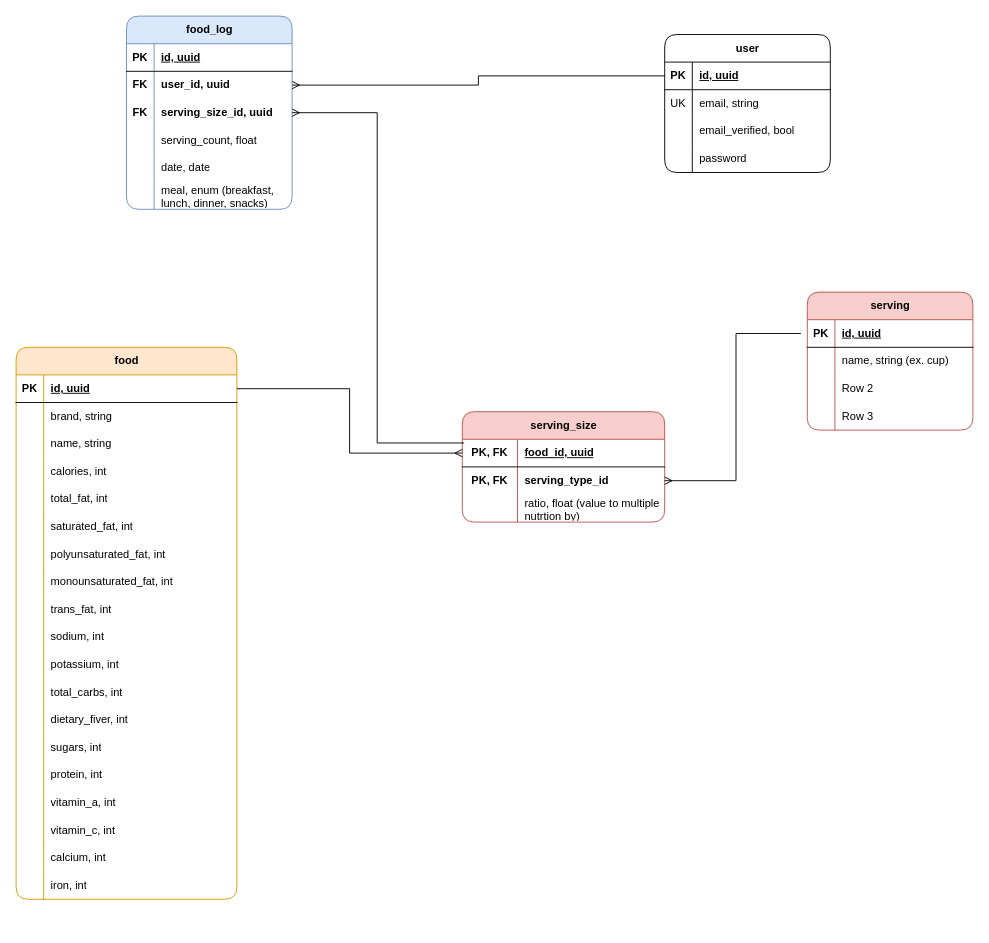
Earlier version of the draw.io diagram backend/database.drawio (joeymich/food-focus). Source tidied: cells renumbered, new cells numbered last; positions are measured from the earlier drawing's top-left corner, leaving out a move shared by most shapes. Both pictures are drawn from the tidied source at 92%, with x=0, y=0 at pixel (16, 16).
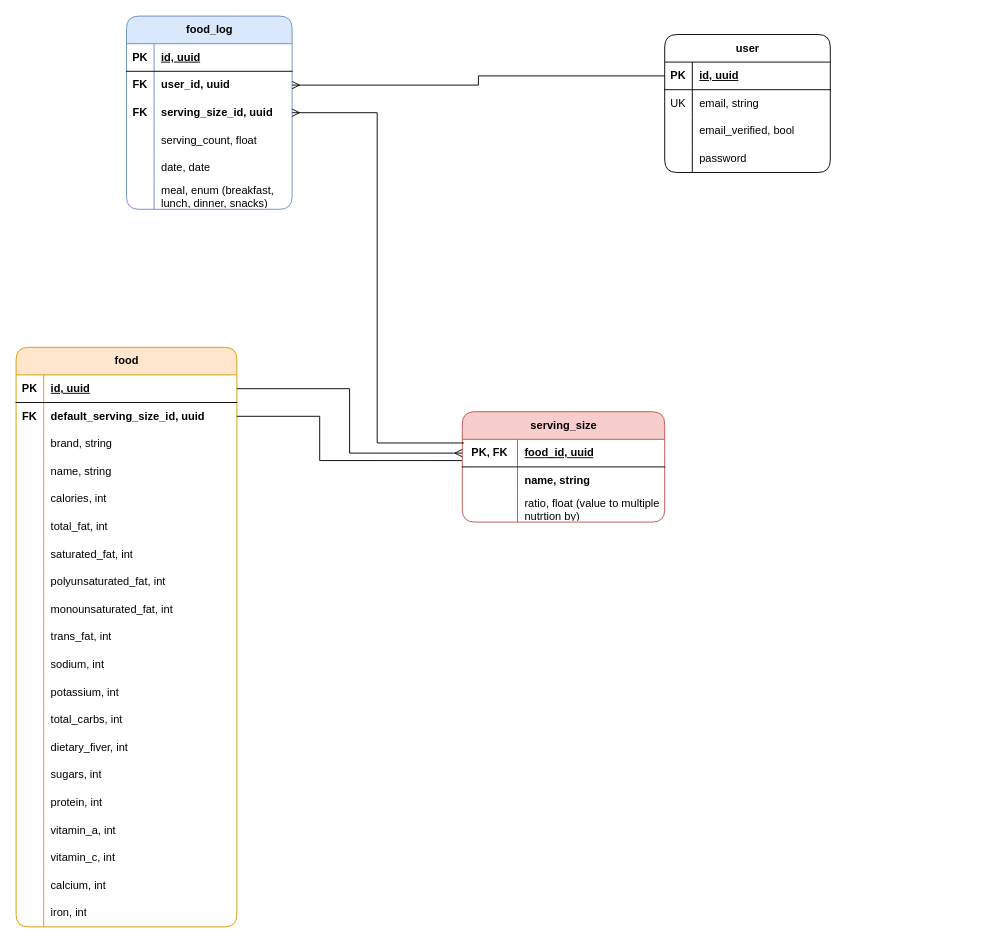
Above is the later version.

Commit message:
update database diagram

Unchanged cells that the change refers to:
```xml
<mxCell id="77" style="shape=tableRow;horizontal=0;startSize=0;swimlaneHead=0;swimlaneBody=0;fillColor=none;points=[[0,0.5],[1,0.5]];portConstraint=eastwest;top=0;left=0;right=0;bottom=0;fontStyle=1;" parent="73" vertex="1">
  <mxGeometry y="60" width="220" height="30" as="geometry" />
</mxCell>
```

The edit, as a diff of the source:
```diff
@@
     <mxCell id="15" value="food" style="shape=table;startSize=30;childLayout=tableLayout;rowLines=0;fontStyle=1;align=center;html=1;fillColor=#ffe6cc;strokeColor=#d79b00;rounded=1;" parent="1" vertex="1">
-      <mxGeometry y="360" width="240" height="600" as="geometry" />
+      <mxGeometry y="360" width="240" height="630" as="geometry" />
     </mxCell>
@@
+    <mxCell id="119" style="shape=tableRow;horizontal=0;startSize=0;swimlaneHead=0;swimlaneBody=0;fillColor=none;points=[[0,0.5],[1,0.5]];portConstraint=eastwest;top=0;left=0;right=0;bottom=0;" parent="15" vertex="1">
+      <mxGeometry y="60" width="240" height="30" as="geometry" />
+    </mxCell>
+    <mxCell id="120" value="FK" style="shape=partialRectangle;fillColor=none;top=0;left=0;bottom=0;right=0;overflow=hidden;whiteSpace=wrap;html=1;fontStyle=1;" parent="119" vertex="1">
+      <mxGeometry width="30" height="30" as="geometry" />
+    </mxCell>
+    <mxCell id="121" value="default_serving_size_id, uuid" style="shape=partialRectangle;fillColor=none;top=0;left=0;bottom=0;right=0;align=left;spacingLeft=6;overflow=hidden;whiteSpace=wrap;html=1;fontStyle=1;" parent="119" vertex="1">
+      <mxGeometry x="30" width="210" height="30" as="geometry" />
+    </mxCell>
     <mxCell id="19" style="shape=tableRow;horizontal=0;startSize=0;swimlaneHead=0;swimlaneBody=0;fillColor=none;top=0;left=0;right=0;bottom=0;" parent="15" vertex="1">
-      <mxGeometry y="60" width="240" height="30" as="geometry" />
+      <mxGeometry y="90" width="240" height="30" as="geometry" />
     </mxCell>
@@
     <mxCell id="22" style="shape=tableRow;horizontal=0;startSize=0;swimlaneHead=0;swimlaneBody=0;fillColor=none;top=0;left=0;right=0;bottom=0;" parent="15" vertex="1">
-      <mxGeometry y="90" width="240" height="30" as="geometry" />
+      <mxGeometry y="120" width="240" height="30" as="geometry" />
     </mxCell>
@@
     <mxCell id="25" style="shape=tableRow;horizontal=0;startSize=0;swimlaneHead=0;swimlaneBody=0;fillColor=none;top=0;left=0;right=0;bottom=0;" parent="15" vertex="1">
-      <mxGeometry y="120" width="240" height="30" as="geometry" />
+      <mxGeometry y="150" width="240" height="30" as="geometry" />
     </mxCell>
@@
     <mxCell id="28" style="shape=tableRow;horizontal=0;startSize=0;swimlaneHead=0;swimlaneBody=0;fillColor=none;top=0;left=0;right=0;bottom=0;" parent="15" vertex="1">
-      <mxGeometry y="150" width="240" height="30" as="geometry" />
+      <mxGeometry y="180" width="240" height="30" as="geometry" />
     </mxCell>
@@
     <mxCell id="31" style="shape=tableRow;horizontal=0;startSize=0;swimlaneHead=0;swimlaneBody=0;fillColor=none;top=0;left=0;right=0;bottom=0;" parent="15" vertex="1">
-      <mxGeometry y="180" width="240" height="30" as="geometry" />
+      <mxGeometry y="210" width="240" height="30" as="geometry" />
     </mxCell>
@@
     <mxCell id="34" style="shape=tableRow;horizontal=0;startSize=0;swimlaneHead=0;swimlaneBody=0;fillColor=none;top=0;left=0;right=0;bottom=0;" parent="15" vertex="1">
-      <mxGeometry y="210" width="240" height="30" as="geometry" />
+      <mxGeometry y="240" width="240" height="30" as="geometry" />
     </mxCell>
@@
     <mxCell id="37" style="shape=tableRow;horizontal=0;startSize=0;swimlaneHead=0;swimlaneBody=0;fillColor=none;top=0;left=0;right=0;bottom=0;" parent="15" vertex="1">
-      <mxGeometry y="240" width="240" height="30" as="geometry" />
+      <mxGeometry y="270" width="240" height="30" as="geometry" />
     </mxCell>
@@
     <mxCell id="40" style="shape=tableRow;horizontal=0;startSize=0;swimlaneHead=0;swimlaneBody=0;fillColor=none;top=0;left=0;right=0;bottom=0;" parent="15" vertex="1">
-      <mxGeometry y="270" width="240" height="30" as="geometry" />
+      <mxGeometry y="300" width="240" height="30" as="geometry" />
     </mxCell>
@@
     <mxCell id="43" style="shape=tableRow;horizontal=0;startSize=0;swimlaneHead=0;swimlaneBody=0;fillColor=none;top=0;left=0;right=0;bottom=0;" parent="15" vertex="1">
-      <mxGeometry y="300" width="240" height="30" as="geometry" />
+      <mxGeometry y="330" width="240" height="30" as="geometry" />
     </mxCell>
@@
     <mxCell id="46" style="shape=tableRow;horizontal=0;startSize=0;swimlaneHead=0;swimlaneBody=0;fillColor=none;top=0;left=0;right=0;bottom=0;" parent="15" vertex="1">
-      <mxGeometry y="330" width="240" height="30" as="geometry" />
+      <mxGeometry y="360" width="240" height="30" as="geometry" />
     </mxCell>
@@
     <mxCell id="49" style="shape=tableRow;horizontal=0;startSize=0;swimlaneHead=0;swimlaneBody=0;fillColor=none;top=0;left=0;right=0;bottom=0;" parent="15" vertex="1">
-      <mxGeometry y="360" width="240" height="30" as="geometry" />
+      <mxGeometry y="390" width="240" height="30" as="geometry" />
     </mxCell>
@@
     <mxCell id="52" style="shape=tableRow;horizontal=0;startSize=0;swimlaneHead=0;swimlaneBody=0;fillColor=none;top=0;left=0;right=0;bottom=0;" parent="15" vertex="1">
-      <mxGeometry y="390" width="240" height="30" as="geometry" />
+      <mxGeometry y="420" width="240" height="30" as="geometry" />
     </mxCell>
@@
     <mxCell id="55" style="shape=tableRow;horizontal=0;startSize=0;swimlaneHead=0;swimlaneBody=0;fillColor=none;top=0;left=0;right=0;bottom=0;" parent="15" vertex="1">
-      <mxGeometry y="420" width="240" height="30" as="geometry" />
+      <mxGeometry y="450" width="240" height="30" as="geometry" />
     </mxCell>
@@
     <mxCell id="58" style="shape=tableRow;horizontal=0;startSize=0;swimlaneHead=0;swimlaneBody=0;fillColor=none;top=0;left=0;right=0;bottom=0;" parent="15" vertex="1">
-      <mxGeometry y="450" width="240" height="30" as="geometry" />
+      <mxGeometry y="480" width="240" height="30" as="geometry" />
     </mxCell>
@@
     <mxCell id="61" style="shape=tableRow;horizontal=0;startSize=0;swimlaneHead=0;swimlaneBody=0;fillColor=none;top=0;left=0;right=0;bottom=0;" parent="15" vertex="1">
-      <mxGeometry y="480" width="240" height="30" as="geometry" />
+      <mxGeometry y="510" width="240" height="30" as="geometry" />
     </mxCell>
@@
     <mxCell id="64" style="shape=tableRow;horizontal=0;startSize=0;swimlaneHead=0;swimlaneBody=0;fillColor=none;top=0;left=0;right=0;bottom=0;" parent="15" vertex="1">
-      <mxGeometry y="510" width="240" height="30" as="geometry" />
+      <mxGeometry y="540" width="240" height="30" as="geometry" />
     </mxCell>
@@
     <mxCell id="67" style="shape=tableRow;horizontal=0;startSize=0;swimlaneHead=0;swimlaneBody=0;fillColor=none;top=0;left=0;right=0;bottom=0;" parent="15" vertex="1">
-      <mxGeometry y="540" width="240" height="30" as="geometry" />
+      <mxGeometry y="570" width="240" height="30" as="geometry" />
     </mxCell>
@@
     <mxCell id="70" style="shape=tableRow;horizontal=0;startSize=0;swimlaneHead=0;swimlaneBody=0;fillColor=none;top=0;left=0;right=0;bottom=0;" parent="15" vertex="1">
-      <mxGeometry y="570" width="240" height="30" as="geometry" />
+      <mxGeometry y="600" width="240" height="30" as="geometry" />
     </mxCell>
@@
-    <mxCell id="78" value="&lt;b&gt;PK, FK&lt;/b&gt;" style="shape=partialRectangle;fillColor=none;top=0;left=0;bottom=0;right=0;overflow=hidden;whiteSpace=wrap;html=1;" parent="77" vertex="1">
+    <mxCell id="78" style="shape=partialRectangle;fillColor=none;top=0;left=0;bottom=0;right=0;overflow=hidden;whiteSpace=wrap;html=1;" parent="77" vertex="1">
       <mxGeometry width="60" height="30" as="geometry" />
     </mxCell>
-    <mxCell id="79" value="&lt;b&gt;serving_type_id&lt;/b&gt;" style="shape=partialRectangle;fillColor=none;top=0;left=0;bottom=0;right=0;align=left;spacingLeft=6;overflow=hidden;whiteSpace=wrap;html=1;" parent="77" vertex="1">
+    <mxCell id="79" value="&lt;b&gt;name, string&lt;/b&gt;" style="shape=partialRectangle;fillColor=none;top=0;left=0;bottom=0;right=0;align=left;spacingLeft=6;overflow=hidden;whiteSpace=wrap;html=1;" parent="77" vertex="1">
       <mxGeometry x="60" width="160" height="30" as="geometry" />
     </mxCell>
@@
-    <mxCell id="83" value="serving" style="shape=table;startSize=30;childLayout=tableLayout;rowLines=0;fontStyle=1;align=center;html=1;rounded=1;fillColor=#f8cecc;strokeColor=#b85450;" parent="1" vertex="1">
-      <mxGeometry x="860" y="300" width="180" height="150" as="geometry" />
-    </mxCell>
-    <mxCell id="84" style="shape=tableRow;horizontal=0;startSize=0;swimlaneHead=0;swimlaneBody=0;fillColor=none;points=[[0,0.5],[1,0.5]];portConstraint=eastwest;top=0;left=0;right=0;bottom=1;" parent="83" vertex="1">
-      <mxGeometry y="30" width="180" height="30" as="geometry" />
-    </mxCell>
-    <mxCell id="85" value="PK" style="shape=partialRectangle;fillColor=none;top=0;left=0;bottom=0;right=0;fontStyle=1;overflow=hidden;whiteSpace=wrap;html=1;" parent="84" vertex="1">
-      <mxGeometry width="30" height="30" as="geometry" />
-    </mxCell>
-    <mxCell id="86" value="id, uuid" style="shape=partialRectangle;fillColor=none;top=0;left=0;bottom=0;right=0;align=left;spacingLeft=6;fontStyle=5;overflow=hidden;whiteSpace=wrap;html=1;" parent="84" vertex="1">
-      <mxGeometry x="30" width="150" height="30" as="geometry" />
-    </mxCell>
-    <mxCell id="87" style="shape=tableRow;horizontal=0;startSize=0;swimlaneHead=0;swimlaneBody=0;fillColor=none;top=0;left=0;right=0;bottom=0;" parent="83" vertex="1">
-      <mxGeometry y="60" width="180" height="30" as="geometry" />
-    </mxCell>
-    <mxCell id="88" style="shape=partialRectangle;fillColor=none;top=0;left=0;bottom=0;right=0;overflow=hidden;whiteSpace=wrap;html=1;" parent="87" vertex="1">
-      <mxGeometry width="30" height="30" as="geometry" />
-    </mxCell>
-    <mxCell id="89" value="name, string (ex. cup)" style="shape=partialRectangle;fillColor=none;top=0;left=0;bottom=0;right=0;align=left;spacingLeft=6;overflow=hidden;whiteSpace=wrap;html=1;" parent="87" vertex="1">
-      <mxGeometry x="30" width="150" height="30" as="geometry" />
-    </mxCell>
-    <mxCell id="90" style="shape=tableRow;horizontal=0;startSize=0;swimlaneHead=0;swimlaneBody=0;fillColor=none;top=0;left=0;right=0;bottom=0;" parent="83" vertex="1">
-      <mxGeometry y="90" width="180" height="30" as="geometry" />
-    </mxCell>
-    <mxCell id="91" style="shape=partialRectangle;fillColor=none;top=0;left=0;bottom=0;right=0;overflow=hidden;whiteSpace=wrap;html=1;" parent="90" vertex="1">
-      <mxGeometry width="30" height="30" as="geometry" />
-    </mxCell>
-    <mxCell id="92" value="Row 2" style="shape=partialRectangle;fillColor=none;top=0;left=0;bottom=0;right=0;align=left;spacingLeft=6;overflow=hidden;whiteSpace=wrap;html=1;" parent="90" vertex="1">
-      <mxGeometry x="30" width="150" height="30" as="geometry" />
-    </mxCell>
-    <mxCell id="93" style="shape=tableRow;horizontal=0;startSize=0;swimlaneHead=0;swimlaneBody=0;fillColor=none;top=0;left=0;right=0;bottom=0;" parent="83" vertex="1">
-      <mxGeometry y="120" width="180" height="30" as="geometry" />
-    </mxCell>
-    <mxCell id="94" style="shape=partialRectangle;fillColor=none;top=0;left=0;bottom=0;right=0;overflow=hidden;whiteSpace=wrap;html=1;" parent="93" vertex="1">
-      <mxGeometry width="30" height="30" as="geometry" />
-    </mxCell>
-    <mxCell id="95" value="Row 3" style="shape=partialRectangle;fillColor=none;top=0;left=0;bottom=0;right=0;align=left;spacingLeft=6;overflow=hidden;whiteSpace=wrap;html=1;" parent="93" vertex="1">
-      <mxGeometry x="30" width="150" height="30" as="geometry" />
-    </mxCell>
@@
-    <mxCell id="97" style="edgeStyle=orthogonalEdgeStyle;rounded=0;jettySize=auto;html=1;exitX=1;exitY=0.5;exitDx=0;exitDy=0;entryX=-0.039;entryY=0.5;entryDx=0;entryDy=0;entryPerimeter=0;endArrow=none;endFill=0;startArrow=ERmany;startFill=0;" parent="1" edge="1" source="77" target="84">
-      <mxGeometry relative="1" as="geometry" />
-    </mxCell>
@@
+    <mxCell id="122" style="edgeStyle=orthogonalEdgeStyle;rounded=0;jettySize=auto;html=1;exitX=1;exitY=0.5;exitDx=0;exitDy=0;entryX=-0.002;entryY=-0.229;entryDx=0;entryDy=0;entryPerimeter=0;endArrow=none;endFill=0;" parent="1" edge="1" source="119" target="77">
+      <mxGeometry relative="1" as="geometry">
+        <Array as="points">
+          <mxPoint x="330" y="435" />
+          <mxPoint x="330" y="483" />
+        </Array>
+      </mxGeometry>
+    </mxCell>
```
